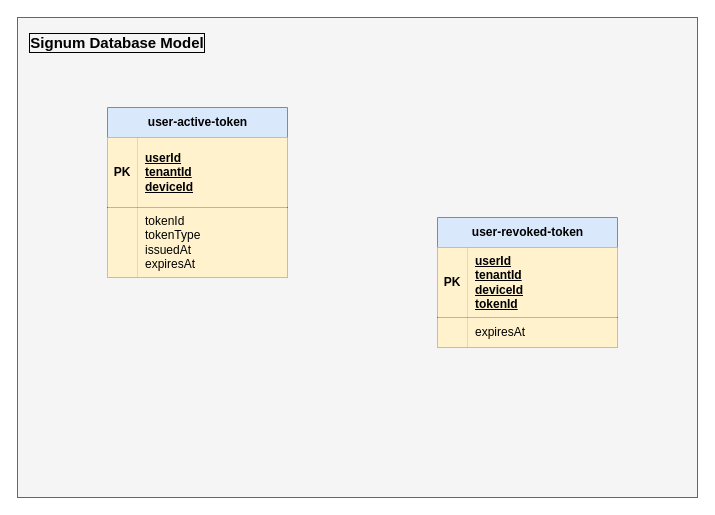
Phylax-IAM/Signum.Token-Service.Design keeps this draw.io diagram as diagrams/er/draw.io/signum-database-model.v1.dio. Above is the earlier version. Source tidied: cells renumbered, new cells numbered last; positions are measured from the earlier drawing's top-left corner, leaving out a move shared by most shapes. Both pictures are drawn from the tidied source at 100%, with x=0, y=0 at pixel (17, 17).
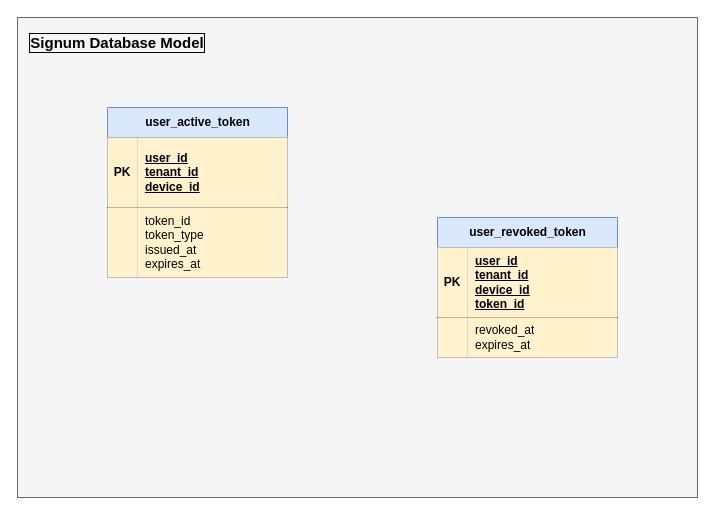
The same diagram, later.

Commit message (it also covers changes not shown here):
fix: added the fixed naming and extra column for user_active and revoked token tables

The edit, as a diff of the source:
```diff
@@
 <mxGraphModel>
   <root>
     <mxCell id="0" />
     <mxCell id="1" parent="0" />
     <mxCell id="2" style="rounded=0;whiteSpace=wrap;html=1;fillColor=#f5f5f5;strokeColor=#666666;fontColor=#333333;" parent="1" vertex="1">
       <mxGeometry width="680" height="480" as="geometry" />
     </mxCell>
     <mxCell id="3" value="&lt;b&gt;&lt;font style=&quot;font-size: 15px;&quot;&gt;Signum Database Model&lt;/font&gt;&lt;/b&gt;" style="text;html=1;align=center;verticalAlign=middle;whiteSpace=wrap;rounded=0;labelBorderColor=default;" parent="1" vertex="1">
       <mxGeometry x="10" y="10" width="180" height="30" as="geometry" />
     </mxCell>
-    <mxCell id="4" value="user-active-token" style="shape=table;startSize=30;childLayout=tableLayout;rowLines=0;fontStyle=1;align=center;html=1;fillColor=#dae8fc;strokeColor=#6c8ebf;" parent="1" vertex="1">
+    <mxCell id="4" value="user_active_token" style="shape=table;startSize=30;childLayout=tableLayout;rowLines=0;fontStyle=1;align=center;html=1;fillColor=#dae8fc;strokeColor=#6c8ebf;" parent="1" vertex="1">
       <mxGeometry x="90" y="90" width="180" height="170" as="geometry" />
     </mxCell>
     <mxCell id="5" style="shape=tableRow;horizontal=0;startSize=0;swimlaneHead=0;swimlaneBody=0;fillColor=none;top=0;left=0;right=0;bottom=1;" parent="4" vertex="1">
       <mxGeometry y="30" width="180" height="70" as="geometry" />
     </mxCell>
     <mxCell id="6" value="PK" style="shape=partialRectangle;fillColor=#fff2cc;top=0;left=0;bottom=0;right=0;fontStyle=1;overflow=hidden;whiteSpace=wrap;html=1;strokeColor=#d6b656;perimeterSpacing=2;strokeWidth=2;labelBorderColor=none;textShadow=0;" parent="5" vertex="1">
       <mxGeometry width="30" height="70" as="geometry" />
     </mxCell>
-    <mxCell id="7" value="&lt;div&gt;userId&lt;/div&gt;&lt;div&gt;tenantId&lt;/div&gt;&lt;div&gt;deviceId&lt;/div&gt;" style="shape=partialRectangle;fillColor=#fff2cc;top=0;left=0;bottom=0;right=0;align=left;spacingLeft=6;fontStyle=5;overflow=hidden;whiteSpace=wrap;html=1;strokeColor=#d6b656;perimeterSpacing=2;strokeWidth=2;" parent="5" vertex="1">
+    <mxCell id="7" value="&lt;div&gt;user_i&lt;span style=&quot;background-color: transparent;&quot;&gt;d&lt;/span&gt;&lt;/div&gt;&lt;div&gt;tenant_id&lt;/div&gt;&lt;div&gt;device_id&lt;/div&gt;" style="shape=partialRectangle;fillColor=#fff2cc;top=0;left=0;bottom=0;right=0;align=left;spacingLeft=6;fontStyle=5;overflow=hidden;whiteSpace=wrap;html=1;strokeColor=#d6b656;perimeterSpacing=2;strokeWidth=2;" parent="5" vertex="1">
       <mxGeometry x="30" width="150" height="70" as="geometry" />
     </mxCell>
     <mxCell id="8" style="shape=tableRow;horizontal=0;startSize=0;swimlaneHead=0;swimlaneBody=0;fillColor=none;top=0;left=0;right=0;bottom=0;" parent="4" vertex="1">
       <mxGeometry y="100" width="180" height="70" as="geometry" />
     </mxCell>
     <mxCell id="9" style="shape=partialRectangle;fillColor=#fff2cc;top=0;left=0;bottom=0;right=0;overflow=hidden;whiteSpace=wrap;html=1;strokeColor=#d6b656;perimeterSpacing=2;strokeWidth=2;labelBorderColor=none;textShadow=0;" parent="8" vertex="1">
       <mxGeometry width="30" height="70" as="geometry" />
     </mxCell>
-    <mxCell id="10" value="tokenId&lt;div&gt;tokenType&lt;/div&gt;&lt;div&gt;issuedAt&lt;/div&gt;&lt;div&gt;expiresAt&lt;/div&gt;" style="shape=partialRectangle;fillColor=#fff2cc;top=0;left=0;bottom=0;right=0;align=left;spacingLeft=6;overflow=hidden;whiteSpace=wrap;html=1;strokeColor=#d6b656;perimeterSpacing=2;strokeWidth=2;" parent="8" vertex="1">
+    <mxCell id="10" value="token_id&lt;div&gt;token_type&lt;/div&gt;&lt;div&gt;issued_at&lt;/div&gt;&lt;div&gt;expires_at&lt;/div&gt;" style="shape=partialRectangle;fillColor=#fff2cc;top=0;left=0;bottom=0;right=0;align=left;spacingLeft=6;overflow=hidden;whiteSpace=wrap;html=1;strokeColor=#d6b656;perimeterSpacing=2;strokeWidth=2;" parent="8" vertex="1">
       <mxGeometry x="30" width="150" height="70" as="geometry" />
     </mxCell>
-    <mxCell id="11" value="user-revoked-token" style="shape=table;startSize=30;childLayout=tableLayout;rowLines=0;fontStyle=1;align=center;html=1;fillColor=#dae8fc;strokeColor=#6c8ebf;" parent="1" vertex="1">
-      <mxGeometry x="420" y="200" width="180" height="130" as="geometry" />
+    <mxCell id="11" value="user_revoked_token" style="shape=table;startSize=30;childLayout=tableLayout;rowLines=0;fontStyle=1;align=center;html=1;fillColor=#dae8fc;strokeColor=#6c8ebf;" parent="1" vertex="1">
+      <mxGeometry x="420" y="200" width="180" height="140" as="geometry" />
     </mxCell>
     <mxCell id="12" style="shape=tableRow;horizontal=0;startSize=0;swimlaneHead=0;swimlaneBody=0;fillColor=none;top=0;left=0;right=0;bottom=1;" parent="11" vertex="1">
       <mxGeometry y="30" width="180" height="70" as="geometry" />
     </mxCell>
     <mxCell id="13" value="PK" style="shape=partialRectangle;fillColor=#fff2cc;top=0;left=0;bottom=0;right=0;fontStyle=1;overflow=hidden;whiteSpace=wrap;html=1;strokeColor=#d6b656;" parent="12" vertex="1">
       <mxGeometry width="30" height="70" as="geometry" />
     </mxCell>
-    <mxCell id="14" value="&lt;div&gt;userId&lt;/div&gt;&lt;div&gt;tenantId&lt;/div&gt;&lt;div&gt;deviceId&lt;/div&gt;&lt;div&gt;tokenId&lt;/div&gt;" style="shape=partialRectangle;fillColor=#fff2cc;top=0;left=0;bottom=0;right=0;align=left;spacingLeft=6;fontStyle=5;overflow=hidden;whiteSpace=wrap;html=1;strokeColor=#d6b656;" parent="12" vertex="1">
+    <mxCell id="14" value="&lt;div&gt;user_id&lt;/div&gt;&lt;div&gt;tenant_id&lt;/div&gt;&lt;div&gt;device_id&lt;/div&gt;&lt;div&gt;token_id&lt;/div&gt;" style="shape=partialRectangle;fillColor=#fff2cc;top=0;left=0;bottom=0;right=0;align=left;spacingLeft=6;fontStyle=5;overflow=hidden;whiteSpace=wrap;html=1;strokeColor=#d6b656;" parent="12" vertex="1">
       <mxGeometry x="30" width="150" height="70" as="geometry" />
     </mxCell>
     <mxCell id="15" style="shape=tableRow;horizontal=0;startSize=0;swimlaneHead=0;swimlaneBody=0;fillColor=none;top=0;left=0;right=0;bottom=0;" parent="11" vertex="1">
-      <mxGeometry y="100" width="180" height="30" as="geometry" />
+      <mxGeometry y="100" width="180" height="40" as="geometry" />
     </mxCell>
     <mxCell id="16" style="shape=partialRectangle;fillColor=#fff2cc;top=0;left=0;bottom=0;right=0;overflow=hidden;whiteSpace=wrap;html=1;strokeColor=#d6b656;" parent="15" vertex="1">
-      <mxGeometry width="30" height="30" as="geometry" />
+      <mxGeometry width="30" height="40" as="geometry" />
     </mxCell>
-    <mxCell id="17" value="&lt;div&gt;&lt;span style=&quot;background-color: transparent;&quot;&gt;expiresAt&lt;/span&gt;&lt;/div&gt;" style="shape=partialRectangle;fillColor=#fff2cc;top=0;left=0;bottom=0;right=0;align=left;spacingLeft=6;overflow=hidden;whiteSpace=wrap;html=1;strokeColor=#d6b656;" parent="15" vertex="1">
-      <mxGeometry x="30" width="150" height="30" as="geometry" />
+    <mxCell id="17" value="&lt;div&gt;&lt;span style=&quot;background-color: transparent;&quot;&gt;revoked_at&lt;/span&gt;&lt;/div&gt;&lt;div&gt;&lt;span style=&quot;background-color: transparent;&quot;&gt;expires_a&lt;/span&gt;&lt;span style=&quot;background-color: transparent;&quot;&gt;t&lt;/span&gt;&lt;/div&gt;" style="shape=partialRectangle;fillColor=#fff2cc;top=0;left=0;bottom=0;right=0;align=left;spacingLeft=6;overflow=hidden;whiteSpace=wrap;html=1;strokeColor=#d6b656;" parent="15" vertex="1">
+      <mxGeometry x="30" width="150" height="40" as="geometry" />
     </mxCell>
   </root>
 </mxGraphModel>
```
